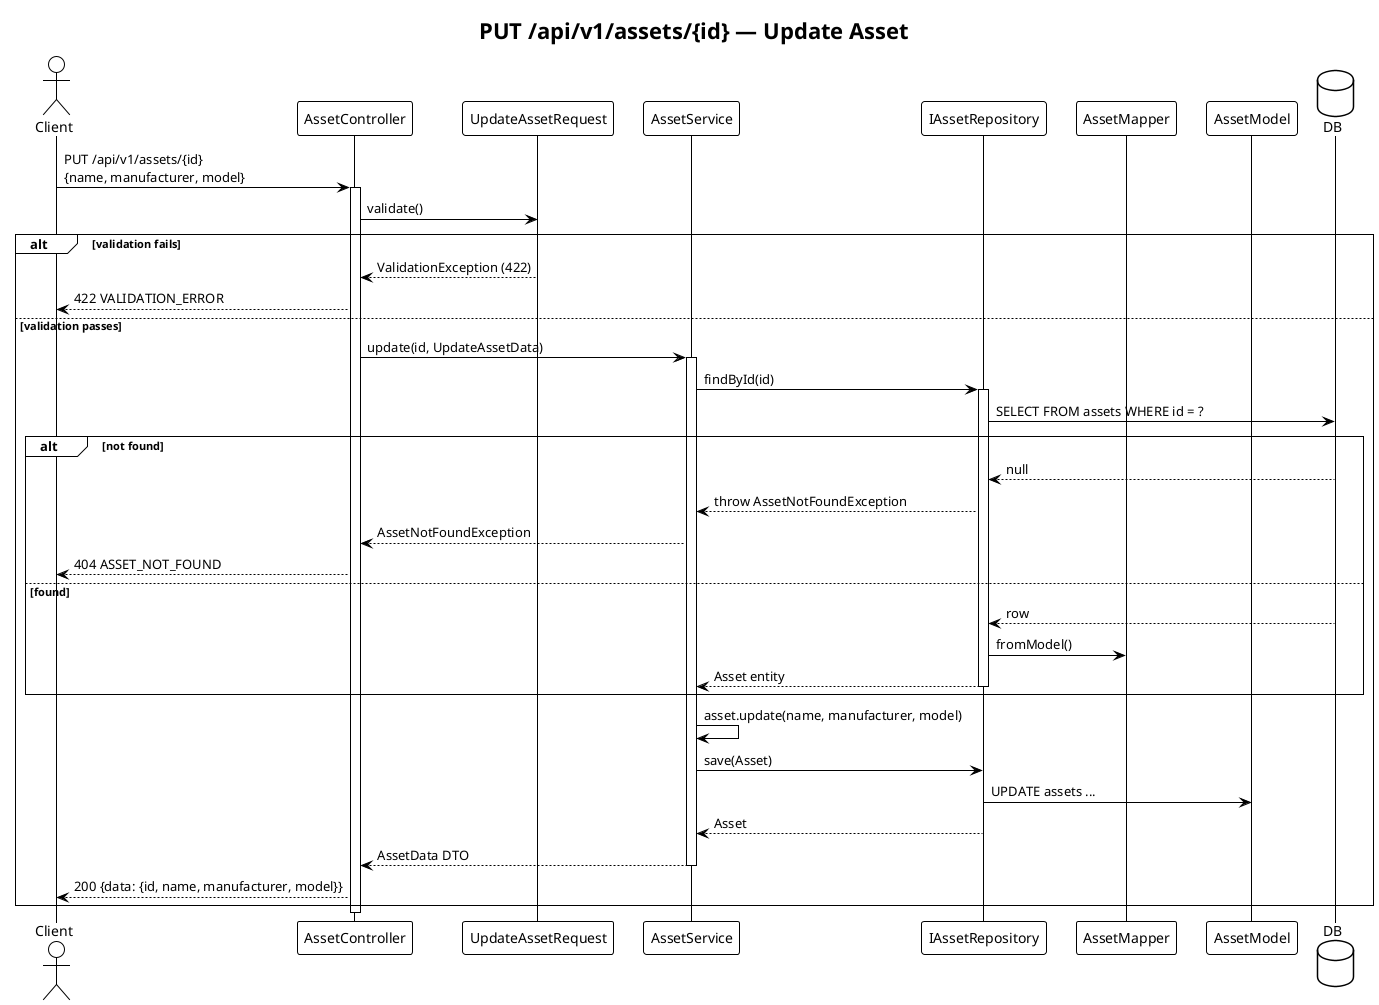
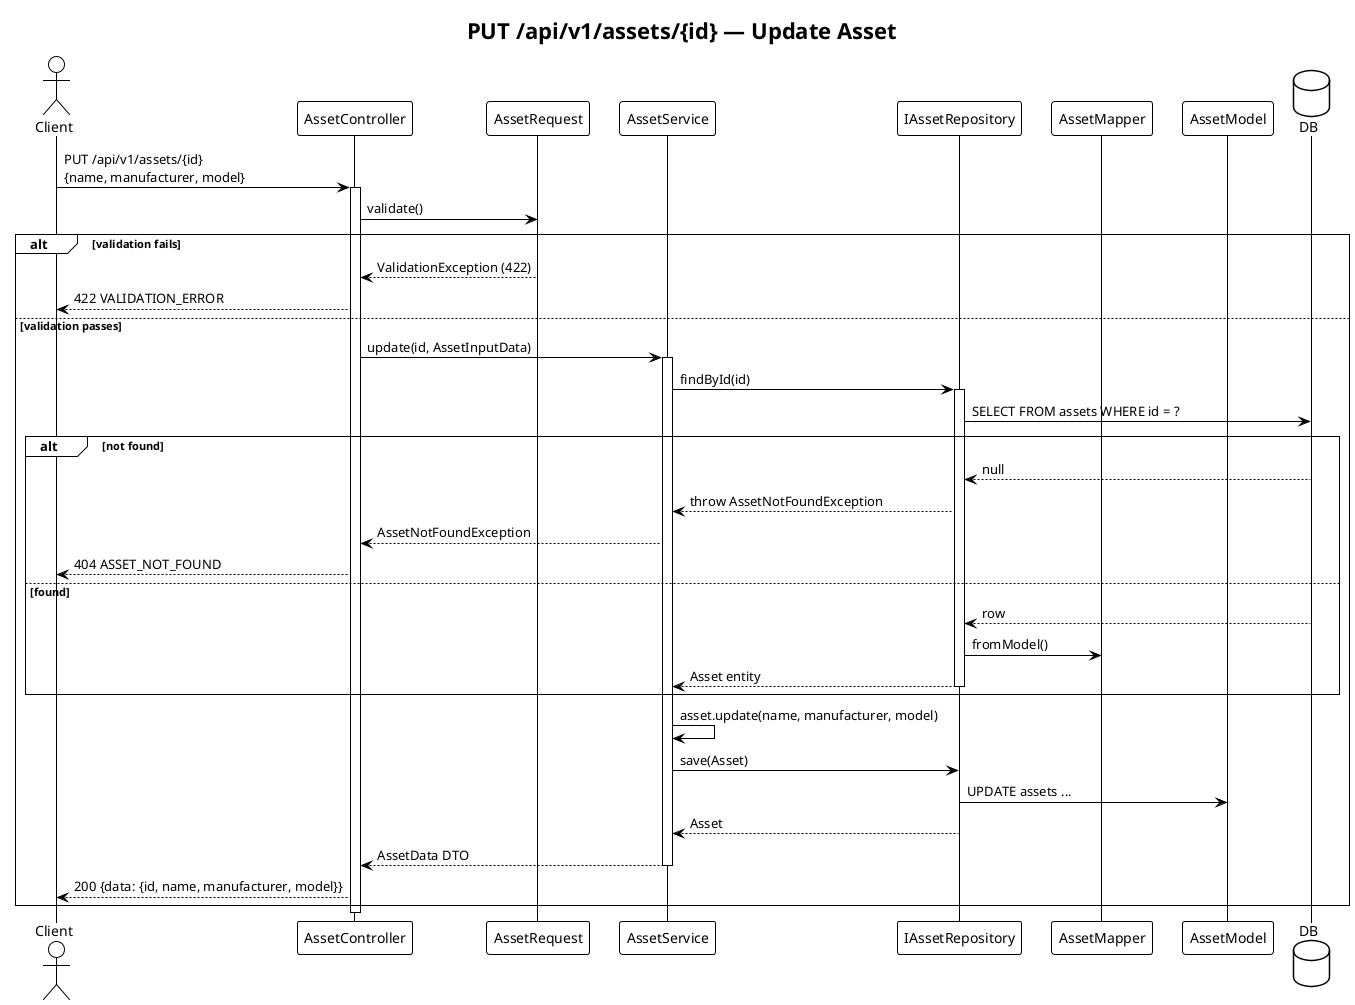
@startuml update-asset
!theme plain
title PUT /api/v1/assets/{id} — Update Asset

actor Client
participant "AssetController" as Controller
- participant "UpdateAssetRequest" as Request
+ participant "AssetRequest" as Request
participant "AssetService" as Service
participant "IAssetRepository" as IRepo
participant "AssetMapper" as Mapper
participant "AssetModel" as Model
database DB

Client -> Controller : PUT /api/v1/assets/{id}\n{name, manufacturer, model}
activate Controller

Controller -> Request : validate()

alt validation fails
    Request --> Controller : ValidationException (422)
    Controller --> Client : 422 VALIDATION_ERROR
else validation passes
-     Controller -> Service : update(id, UpdateAssetData)
+     Controller -> Service : update(id, AssetInputData)
    activate Service

    Service -> IRepo : findById(id)
    activate IRepo
    IRepo -> DB : SELECT FROM assets WHERE id = ?
    alt not found
        DB --> IRepo : null
        IRepo --> Service : throw AssetNotFoundException
        Service --> Controller : AssetNotFoundException
        Controller --> Client : 404 ASSET_NOT_FOUND
    else found
        DB --> IRepo : row
        IRepo -> Mapper : fromModel()
        IRepo --> Service : Asset entity
        deactivate IRepo
    end

    Service -> Service : asset.update(name, manufacturer, model)
    Service -> IRepo : save(Asset)
    IRepo -> Model : UPDATE assets ...
    IRepo --> Service : Asset
    Service --> Controller : AssetData DTO
    deactivate Service

    Controller --> Client : 200 {data: {id, name, manufacturer, model}}
end

deactivate Controller
@enduml
